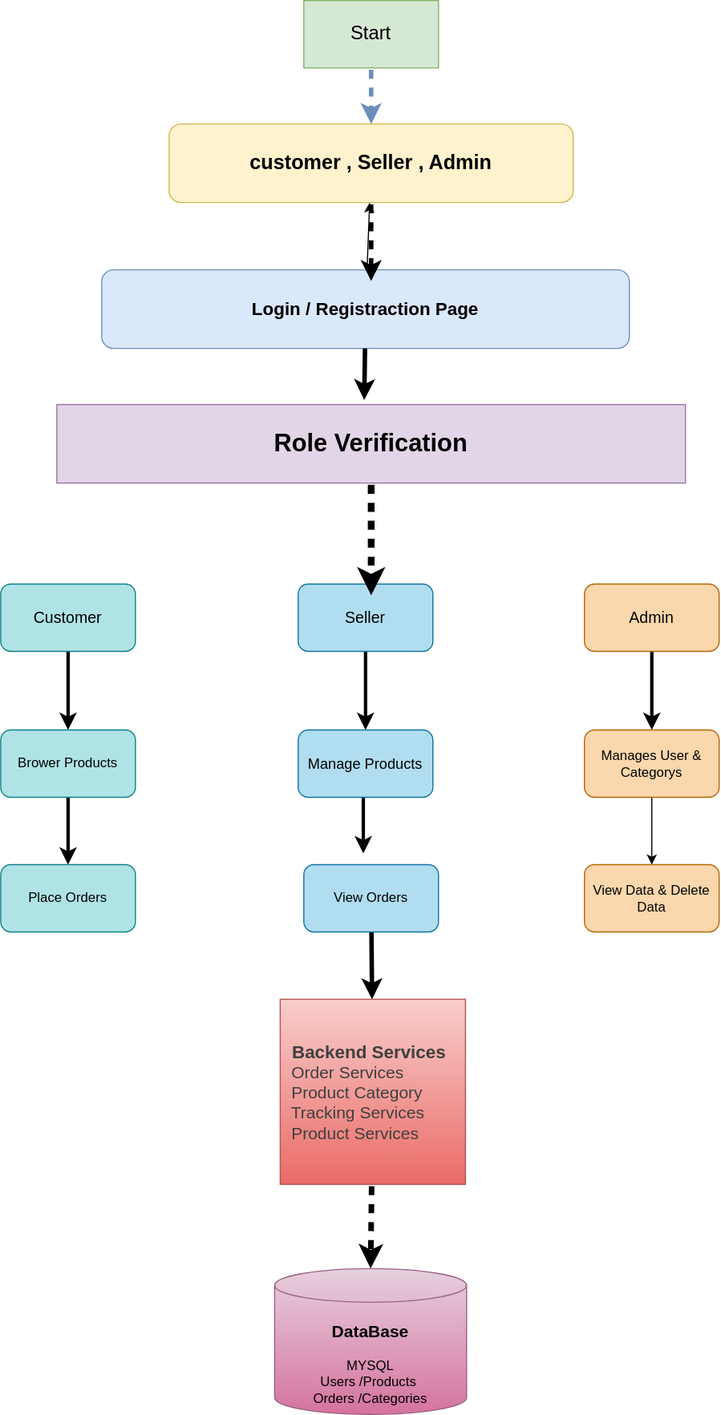
prasad5d4/shopease keeps this draw.io diagram as flowchat.drawio.svg. Above is the earlier version. Source tidied: cells renumbered, new cells last; positions are measured from the earlier drawing's top-left corner, leaving out a move shared by most shapes.
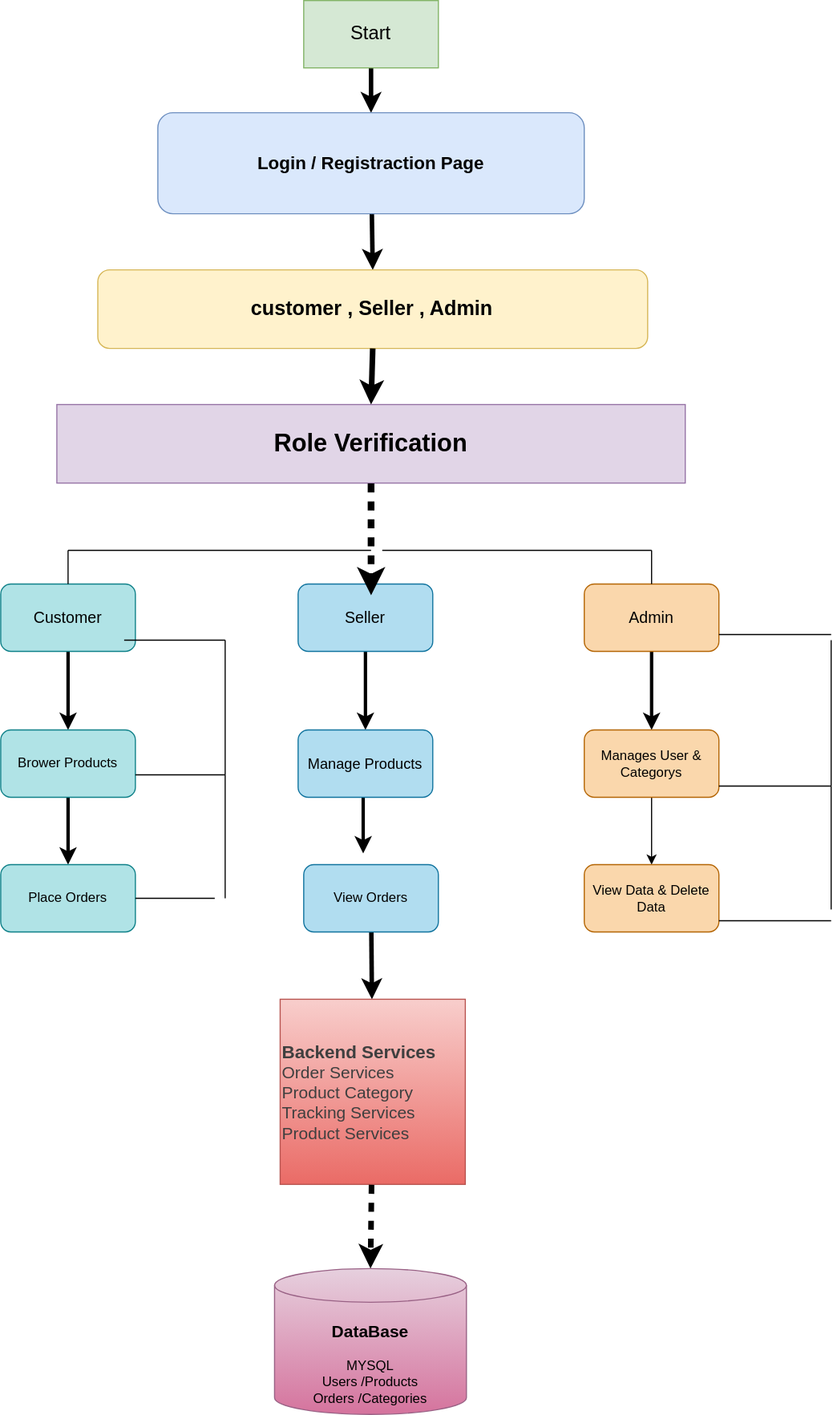
Above is the later version.

The edit, as a diff of the source:
```diff
@@ -2,29 +2,21 @@
   <root>
     <mxCell id="0" />
     <mxCell id="1" parent="0" />
-    <mxCell id="2" style="edgeStyle=none;html=1;entryX=0.5;entryY=0;entryDx=0;entryDy=0;strokeWidth=4;fillColor=#dae8fc;strokeColor=#6c8ebf;flowAnimation=1;" parent="1" edge="1" source="3" target="4">
-      <mxGeometry relative="1" as="geometry" />
-    </mxCell>
+    <mxCell id="8" value="&lt;b&gt;&lt;font style=&quot;font-size: 22px;&quot;&gt;Role Verification&lt;/font&gt;&lt;/b&gt;" style="rounded=0;whiteSpace=wrap;html=1;fillColor=#e1d5e7;strokeColor=#9673a6;" parent="1" vertex="1">
+      <mxGeometry x="50" y="360" width="560" height="70" as="geometry" />
+    </mxCell>
+    <mxCell id="30" style="edgeStyle=none;html=1;exitX=0.5;exitY=1;exitDx=0;exitDy=0;entryX=0.5;entryY=0;entryDx=0;entryDy=0;strokeWidth=4;" parent="1" edge="1" source="3" target="6">
+      <mxGeometry relative="1" as="geometry" />
+    </mxCell>
     <mxCell id="3" value="&lt;font style=&quot;font-size: 17px;&quot;&gt;Start&lt;/font&gt;" style="rounded=0;whiteSpace=wrap;html=1;fillColor=#d5e8d4;strokeColor=#82b366;" parent="1" vertex="1">
       <mxGeometry x="270" width="120" height="60" as="geometry" />
     </mxCell>
-    <mxCell id="4" value="&lt;font style=&quot;font-size: 18px;&quot;&gt;&lt;b style=&quot;&quot;&gt;customer , Seller , Admin&lt;/b&gt;&lt;/font&gt;" style="rounded=1;whiteSpace=wrap;html=1;fillColor=#fff2cc;strokeColor=#d6b656;" parent="1" vertex="1">
-      <mxGeometry x="150" y="110" width="360" height="70" as="geometry" />
-    </mxCell>
-    <mxCell id="5" style="edgeStyle=none;html=1;" parent="1" edge="1" source="6" target="4">
+    <mxCell id="5" style="edgeStyle=none;html=1;entryX=0.5;entryY=0;entryDx=0;entryDy=0;strokeWidth=4;" parent="1" edge="1" source="6" target="4">
       <mxGeometry relative="1" as="geometry" />
     </mxCell>
     <mxCell id="6" value="&lt;b&gt;&lt;font style=&quot;font-size: 16px;&quot;&gt;Login / Registraction Page&lt;/font&gt;&lt;/b&gt;" style="rounded=1;whiteSpace=wrap;html=1;fillColor=#dae8fc;strokeColor=#6c8ebf;" parent="1" vertex="1">
-      <mxGeometry x="90" y="240" width="470" height="70" as="geometry" />
+      <mxGeometry x="140" y="100" width="380" height="90" as="geometry" />
     </mxCell>
-    <mxCell id="7" style="edgeStyle=none;html=1;strokeWidth=4;flowAnimation=1;" parent="1" edge="1" source="4">
-      <mxGeometry relative="1" as="geometry">
-        <mxPoint x="330" y="250" as="targetPoint" />
-      </mxGeometry>
-    </mxCell>
-    <mxCell id="8" value="&lt;b&gt;&lt;font style=&quot;font-size: 22px;&quot;&gt;Role Verification&lt;/font&gt;&lt;/b&gt;" style="rounded=0;whiteSpace=wrap;html=1;fillColor=#e1d5e7;strokeColor=#9673a6;" parent="1" vertex="1">
-      <mxGeometry x="50" y="360" width="560" height="70" as="geometry" />
-    </mxCell>
     <mxCell id="9" style="edgeStyle=none;html=1;entryX=0.5;entryY=0;entryDx=0;entryDy=0;strokeWidth=3;" parent="1" edge="1" source="10" target="16">
       <mxGeometry relative="1" as="geometry" />
     </mxCell>
@@ -82,14 +74,99 @@
     <mxCell id="26" style="edgeStyle=none;html=1;entryX=0.542;entryY=0.167;entryDx=0;entryDy=0;entryPerimeter=0;strokeWidth=6;flowAnimation=1;" parent="1" edge="1" source="8" target="12">
       <mxGeometry relative="1" as="geometry" />
     </mxCell>
-    <mxCell id="27" style="edgeStyle=none;html=1;entryX=0.489;entryY=-0.057;entryDx=0;entryDy=0;entryPerimeter=0;strokeWidth=4;" parent="1" edge="1" source="6" target="8">
-      <mxGeometry relative="1" as="geometry" />
-    </mxCell>
     <mxCell id="28" value="&lt;h3&gt;&lt;b&gt;&lt;font style=&quot;font-size: 15px;&quot;&gt;DataBase&lt;/font&gt;&lt;/b&gt;&lt;/h3&gt;&lt;div&gt;MYSQL&lt;/div&gt;&lt;div&gt;Users /Products&amp;nbsp;&lt;/div&gt;&lt;div&gt;Orders /Categories&lt;/div&gt;" style="shape=cylinder3;whiteSpace=wrap;html=1;boundedLbl=1;backgroundOutline=1;size=15;fillColor=#e6d0de;gradientColor=#d5739d;strokeColor=#996185;" parent="1" vertex="1">
       <mxGeometry x="244" y="1130" width="171" height="130" as="geometry" />
     </mxCell>
     <mxCell id="29" style="edgeStyle=none;html=1;entryX=0.5;entryY=0;entryDx=0;entryDy=0;entryPerimeter=0;strokeWidth=5;flowAnimation=1;" parent="1" edge="1" source="25" target="28">
       <mxGeometry relative="1" as="geometry" />
     </mxCell>
+    <mxCell id="31" style="endArrow=none;html=1;" parent="1" edge="1">
+      <mxGeometry relative="1" as="geometry">
+        <mxPoint x="110" y="570" as="sourcePoint" />
+        <mxPoint x="200" y="570" as="targetPoint" />
+      </mxGeometry>
+    </mxCell>
+    <mxCell id="32" style="endArrow=none;html=1;" parent="1" edge="1">
+      <mxGeometry relative="1" as="geometry">
+        <mxPoint x="200" y="690" as="sourcePoint" />
+        <mxPoint x="200" y="570" as="targetPoint" />
+      </mxGeometry>
+    </mxCell>
+    <mxCell id="33" style="endArrow=none;html=1;" parent="1" edge="1">
+      <mxGeometry relative="1" as="geometry">
+        <mxPoint x="120" y="690" as="sourcePoint" />
+        <mxPoint x="200" y="690" as="targetPoint" />
+      </mxGeometry>
+    </mxCell>
+    <mxCell id="34" style="endArrow=none;html=1;" parent="1" edge="1" source="21">
+      <mxGeometry relative="1" as="geometry">
+        <mxPoint x="190.7" y="800" as="targetPoint" />
+      </mxGeometry>
+    </mxCell>
+    <mxCell id="35" style="endArrow=none;html=1;" parent="1" edge="1">
+      <mxGeometry relative="1" as="geometry">
+        <mxPoint x="200" y="800" as="sourcePoint" />
+        <mxPoint x="200" y="690" as="targetPoint" />
+      </mxGeometry>
+    </mxCell>
+    <mxCell id="36" style="endArrow=none;html=1;" parent="1" edge="1">
+      <mxGeometry relative="1" as="geometry">
+        <mxPoint x="60" y="520" as="sourcePoint" />
+        <mxPoint x="60" y="490" as="targetPoint" />
+      </mxGeometry>
+    </mxCell>
+    <mxCell id="37" style="endArrow=none;html=1;" parent="1" edge="1">
+      <mxGeometry relative="1" as="geometry">
+        <mxPoint x="60" y="490" as="sourcePoint" />
+        <mxPoint x="330" y="490" as="targetPoint" />
+      </mxGeometry>
+    </mxCell>
+    <mxCell id="38" style="endArrow=none;html=1;" parent="1" edge="1">
+      <mxGeometry relative="1" as="geometry">
+        <mxPoint x="580" y="520" as="sourcePoint" />
+        <mxPoint x="580" y="490" as="targetPoint" />
+      </mxGeometry>
+    </mxCell>
+    <mxCell id="39" style="endArrow=none;html=1;" parent="1" edge="1">
+      <mxGeometry relative="1" as="geometry">
+        <mxPoint x="340" y="490" as="sourcePoint" />
+        <mxPoint x="580" y="490" as="targetPoint" />
+      </mxGeometry>
+    </mxCell>
+    <mxCell id="40" style="endArrow=none;html=1;exitX=1;exitY=0.75;exitDx=0;exitDy=0;" parent="1" edge="1" source="14">
+      <mxGeometry relative="1" as="geometry">
+        <mxPoint x="740" y="565" as="targetPoint" />
+      </mxGeometry>
+    </mxCell>
+    <mxCell id="41" style="endArrow=none;html=1;" parent="1" edge="1">
+      <mxGeometry relative="1" as="geometry">
+        <mxPoint x="740" y="700" as="sourcePoint" />
+        <mxPoint x="740" y="570" as="targetPoint" />
+      </mxGeometry>
+    </mxCell>
+    <mxCell id="42" style="endArrow=none;html=1;" parent="1" edge="1">
+      <mxGeometry relative="1" as="geometry">
+        <mxPoint x="640" y="700" as="sourcePoint" />
+        <mxPoint x="740" y="700" as="targetPoint" />
+      </mxGeometry>
+    </mxCell>
+    <mxCell id="43" style="endArrow=none;html=1;" parent="1" edge="1">
+      <mxGeometry relative="1" as="geometry">
+        <mxPoint x="740" y="810" as="sourcePoint" />
+        <mxPoint x="740" y="700" as="targetPoint" />
+      </mxGeometry>
+    </mxCell>
+    <mxCell id="44" style="endArrow=none;html=1;" parent="1" edge="1">
+      <mxGeometry relative="1" as="geometry">
+        <mxPoint x="640" y="820" as="sourcePoint" />
+        <mxPoint x="740" y="820" as="targetPoint" />
+      </mxGeometry>
+    </mxCell>
+    <mxCell id="4" value="&lt;font style=&quot;font-size: 18px;&quot;&gt;&lt;b style=&quot;&quot;&gt;customer , Seller , Admin&lt;/b&gt;&lt;/font&gt;" style="rounded=1;whiteSpace=wrap;html=1;fillColor=#fff2cc;strokeColor=#d6b656;" parent="1" vertex="1">
+      <mxGeometry x="86.5" y="240" width="490" height="70" as="geometry" />
+    </mxCell>
+    <mxCell id="45" style="edgeStyle=none;html=1;exitX=0.5;exitY=1;exitDx=0;exitDy=0;entryX=0.5;entryY=0;entryDx=0;entryDy=0;strokeWidth=5;" parent="1" edge="1" source="4" target="8">
+      <mxGeometry relative="1" as="geometry" />
+    </mxCell>
   </root>
 </mxGraphModel>
```
